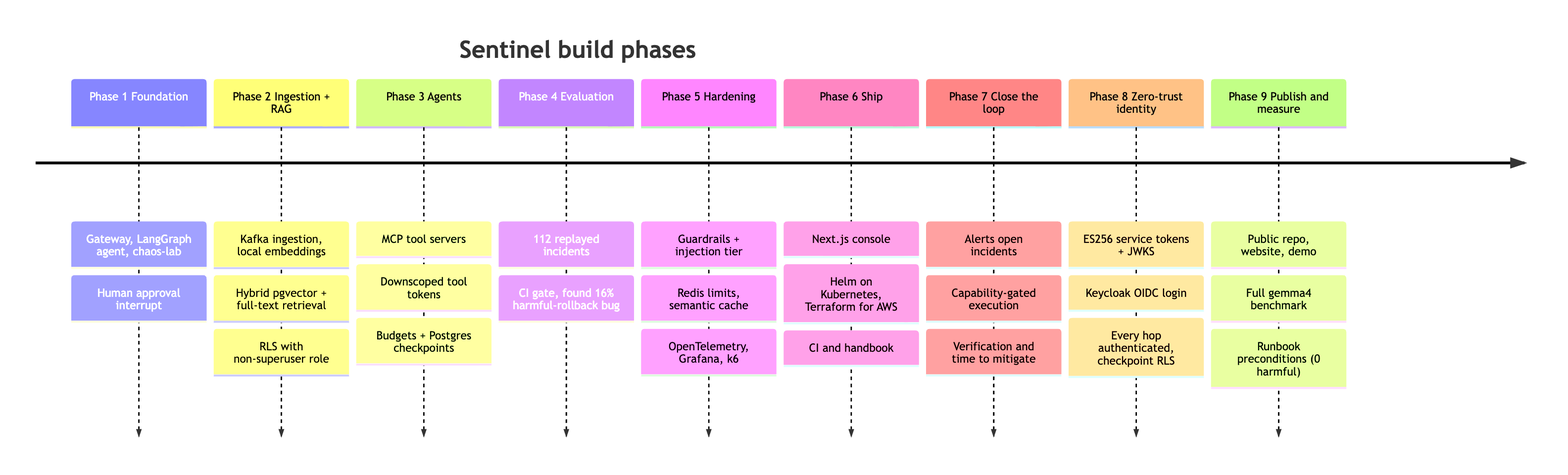
Above: docs/handbook/images/01-timeline.png in abdulmdev/sentinel-incident-copilot (Mermaid), before the change. Its source is kept beside it as docs/handbook/diagrams/01-timeline.mmd.
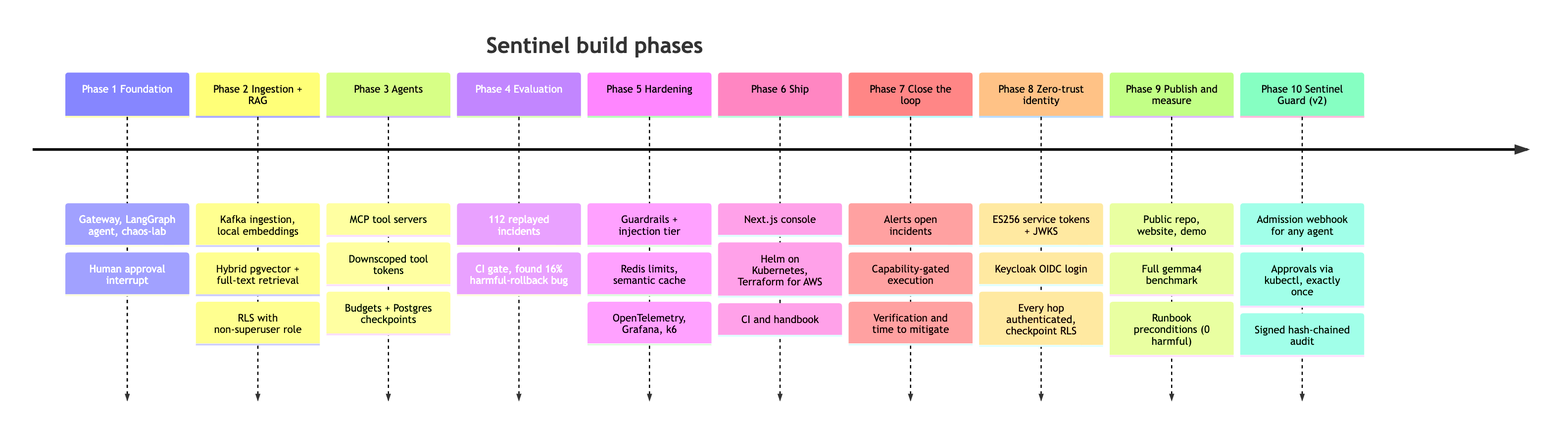
The same file after the commit.

Change to the diagram source:
```diff
@@ -9,3 +9,4 @@
   Phase 7 Close the loop : Alerts open incidents : Capability-gated execution : Verification and time to mitigate
   Phase 8 Zero-trust identity : ES256 service tokens + JWKS : Keycloak OIDC login : Every hop authenticated, checkpoint RLS
   Phase 9 Publish and measure : Public repo, website, demo : Full gemma4 benchmark : Runbook preconditions (0 harmful)
+  Phase 10 Sentinel Guard (v2) : Admission webhook for any agent : Approvals via kubectl, exactly once : Signed hash-chained audit
```
